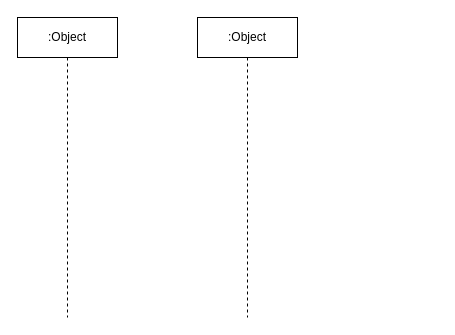
Before: DIagramaSequenciaResgatePorOrganizações.drawio in JoaoGans/DRAW.tcc, a draw.io diagram. Source tidied: cells renumbered, new cells numbered last; positions are measured from the earlier drawing's top-left corner, leaving out a move shared by most shapes. Both pictures are drawn from the tidied source at 100%, with x=0, y=0 at pixel (17, 17).
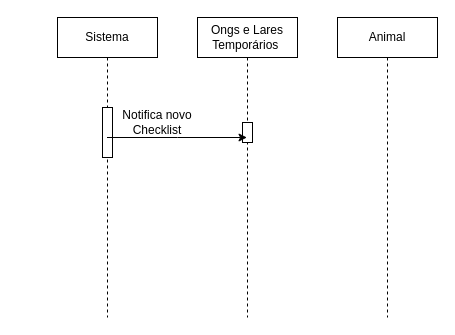
After the change.

Diff of the diagram source:
```diff
@@
 <mxGraphModel>
   <root>
     <mxCell id="0" />
     <mxCell id="1" parent="0" />
-    <mxCell id="2" value=":Object" style="shape=umlLifeline;perimeter=lifelinePerimeter;whiteSpace=wrap;html=1;newEdgeStyle={&quot;edgeStyle&quot;:&quot;elbowEdgeStyle&quot;,&quot;elbow&quot;:&quot;vertical&quot;,&quot;curved&quot;:0,&quot;rounded&quot;:0};" parent="1" vertex="1">
-      <mxGeometry width="100" height="300" as="geometry" />
-    </mxCell>
-    <mxCell id="3" value=":Object" style="shape=umlLifeline;perimeter=lifelinePerimeter;whiteSpace=wrap;html=1;outlineConnect=0;portConstraint=eastwest;newEdgeStyle={&quot;edgeStyle&quot;:&quot;elbowEdgeStyle&quot;,&quot;elbow&quot;:&quot;vertical&quot;,&quot;curved&quot;:0,&quot;rounded&quot;:0};" parent="1" vertex="1">
+    <mxCell id="3" value="Ongs e Lares Temporários&amp;nbsp;" style="shape=umlLifeline;perimeter=lifelinePerimeter;whiteSpace=wrap;html=1;outlineConnect=0;portConstraint=eastwest;newEdgeStyle={&quot;edgeStyle&quot;:&quot;elbowEdgeStyle&quot;,&quot;elbow&quot;:&quot;vertical&quot;,&quot;curved&quot;:0,&quot;rounded&quot;:0};" parent="1" vertex="1">
       <mxGeometry x="180" width="100" height="300" as="geometry" />
     </mxCell>
+    <mxCell id="4" style="html=1;perimeter=orthogonalPerimeter;targetShapes=umlLifeline;newEdgeStyle={&quot;edgeStyle&quot;:&quot;elbowEdgeStyle&quot;,&quot;elbow&quot;:&quot;vertical&quot;,&quot;curved&quot;:0,&quot;rounded&quot;:0};" parent="3" vertex="1">
+      <mxGeometry x="45" y="105" width="10" height="20" as="geometry" />
+    </mxCell>
+    <mxCell id="5" value="Animal" style="shape=umlLifeline;perimeter=lifelinePerimeter;whiteSpace=wrap;html=1;newEdgeStyle={&quot;edgeStyle&quot;:&quot;elbowEdgeStyle&quot;,&quot;elbow&quot;:&quot;vertical&quot;,&quot;curved&quot;:0,&quot;rounded&quot;:0};" parent="1" vertex="1">
+      <mxGeometry x="320" width="100" height="300" as="geometry" />
+    </mxCell>
+    <mxCell id="6" value="Sistema" style="shape=umlLifeline;perimeter=lifelinePerimeter;whiteSpace=wrap;html=1;outlineConnect=0;portConstraint=eastwest;newEdgeStyle={&quot;edgeStyle&quot;:&quot;elbowEdgeStyle&quot;,&quot;elbow&quot;:&quot;vertical&quot;,&quot;curved&quot;:0,&quot;rounded&quot;:0};" parent="1" vertex="1">
+      <mxGeometry x="40" width="100" height="300" as="geometry" />
+    </mxCell>
+    <mxCell id="7" style="html=1;perimeter=orthogonalPerimeter;targetShapes=umlLifeline;newEdgeStyle={&quot;edgeStyle&quot;:&quot;elbowEdgeStyle&quot;,&quot;elbow&quot;:&quot;vertical&quot;,&quot;curved&quot;:0,&quot;rounded&quot;:0};" parent="6" vertex="1">
+      <mxGeometry x="45" y="90" width="10" height="50" as="geometry" />
+    </mxCell>
+    <mxCell id="8" style="endArrow=classic;html=1;rounded=0;" parent="1" edge="1" source="6" target="3">
+      <mxGeometry relative="1" as="geometry">
+        <Array as="points">
+          <mxPoint x="160" y="120" />
+        </Array>
+      </mxGeometry>
+    </mxCell>
+    <mxCell id="9" value="Notifica novo Checklist" style="text;html=1;align=center;verticalAlign=middle;whiteSpace=wrap;rounded=0;" parent="1" vertex="1">
+      <mxGeometry x="100" y="90" width="80" height="30" as="geometry" />
+    </mxCell>
   </root>
 </mxGraphModel>
```
